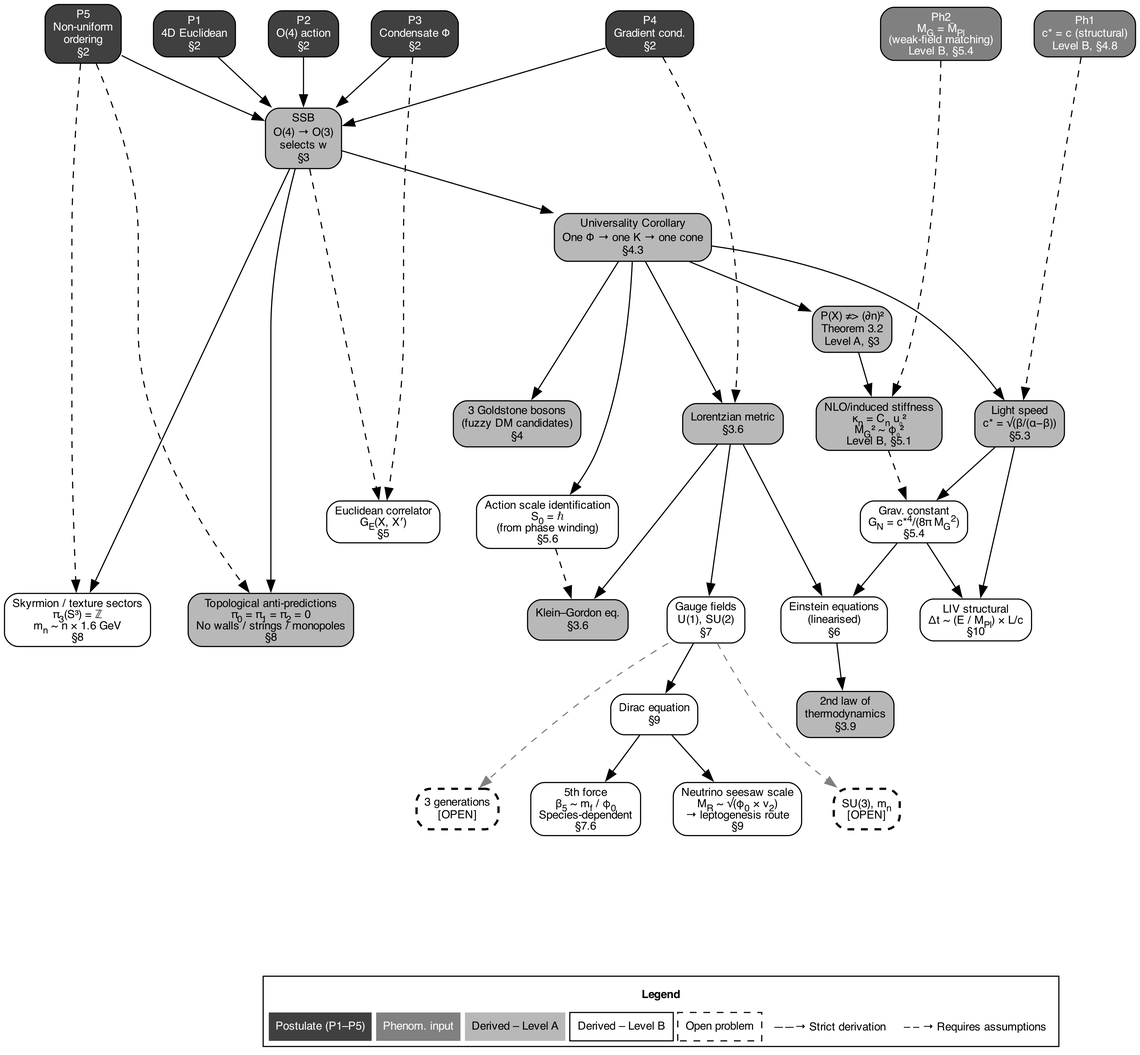
This is fig_partI_derivation_logic.png from chufelo/ECT-preprint-code, a Graphviz export, as it was before one commit. Its source is kept beside it as fig_partI_derivation_logic.gv.
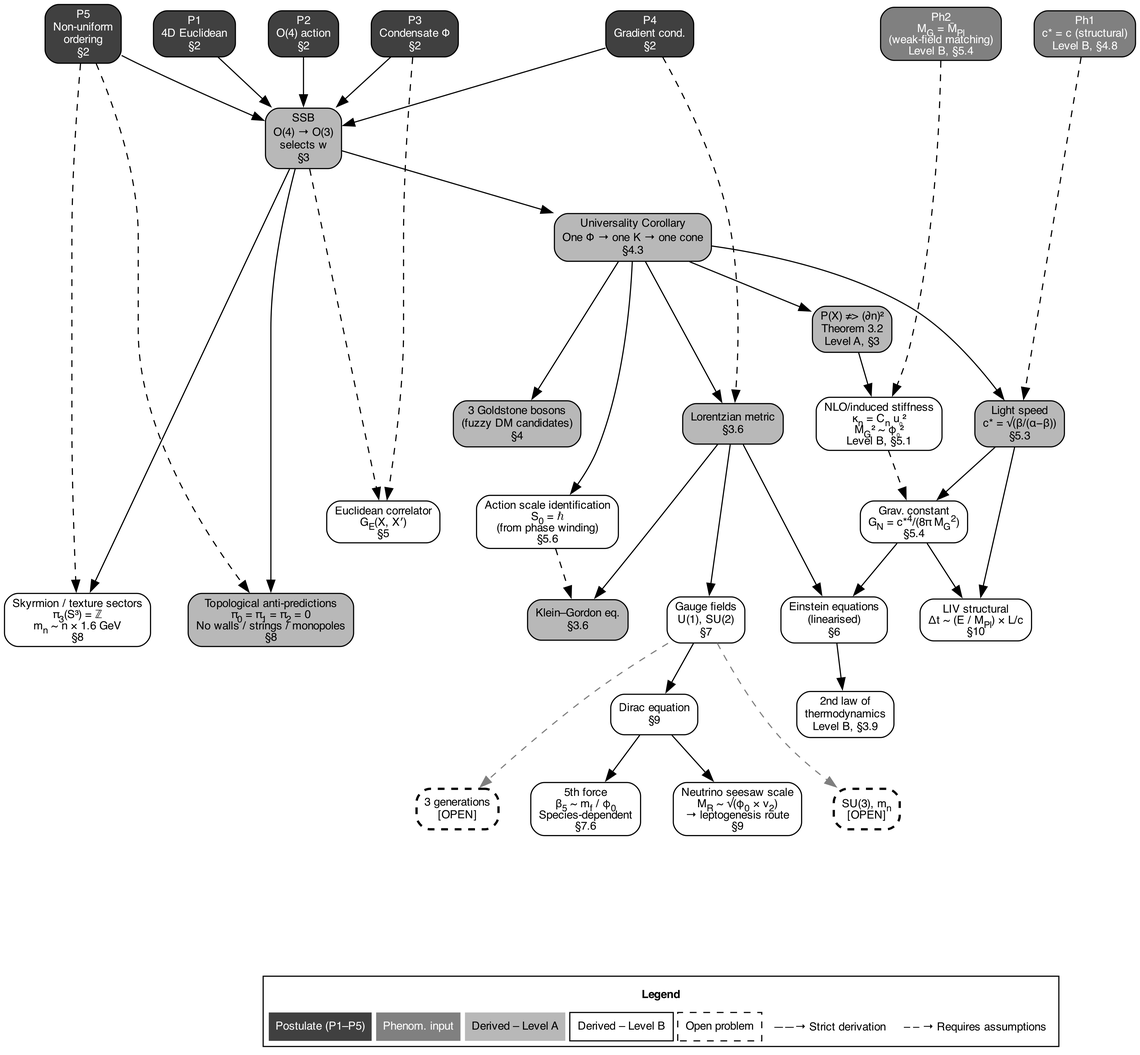
The same diagram one commit later.

Commit message:
Fix Part I derivation logic figure: correct 2 color bugs

NLO/induced stiffness node: was rendered with Level A fill (gray)
  but is Level B (D3 in tab:ect-levels) — now white with 'Level B'
  label

2nd law of thermodynamics node: was rendered with Level A fill (gray)
  but is Level B (D8/D17: ohmic/Markov closure required) — now white
  with 'Level B, §3.9' label

These were pre-existing color misassignments in the figure.

485 pages, 0 LaTeX errors

Change to the diagram source:
```diff
@@ -27,12 +27,12 @@
   goldstone [label=<3 Goldstone bosons<BR/>(fuzzy DM candidates)<BR/>§4>];
   cstar [label=<Light speed<BR/>c* = √(β/(α−β))<BR/>§5.3>];
   PX [label=<P(X) ≠&gt; (∂n)²<BR/>Theorem 3.2<BR/>Level A, §3>];
-  NLO [label=<NLO/induced stiffness<BR/>κ<SUB>n</SUB> = C<SUB>n</SUB> u₀²<BR/>M<SUB>G</SUB>² ~ φ₀²<BR/>Level B, §5.1>];
   KG [label=<Klein–Gordon eq.<BR/>§3.6>];
-  second_law [label=<2nd law of<BR/>thermodynamics<BR/>§3.9>];
   topo_anti [label=<Topological anti-predictions<BR/>π<SUB>0</SUB> = π<SUB>1</SUB> = π<SUB>2</SUB> = 0<BR/>No walls / strings / monopoles<BR/>§8>];
 
   node [fillcolor="#ffffff", fontcolor=black];
+  NLO [label=<NLO/induced stiffness<BR/>κ<SUB>n</SUB> = C<SUB>n</SUB> u₀²<BR/>M<SUB>G</SUB>² ~ φ₀²<BR/>Level B, §5.1>];
+  second_law [label=<2nd law of<BR/>thermodynamics<BR/>Level B, §3.9>];
   S0 [label=<Action scale identification<BR/>S<SUB>0</SUB> = ℏ<BR/>(from phase winding)<BR/>§5.6>];
   GE [label=<Euclidean correlator<BR/>G<SUB>E</SUB>(X, X′)<BR/>§5>];
   GN [label=<Grav. constant<BR/>G<SUB>N</SUB> = c*<SUP>4</SUP>/(8π M<SUB>G</SUB><SUP>2</SUP>)<BR/>§5.4>];
```
